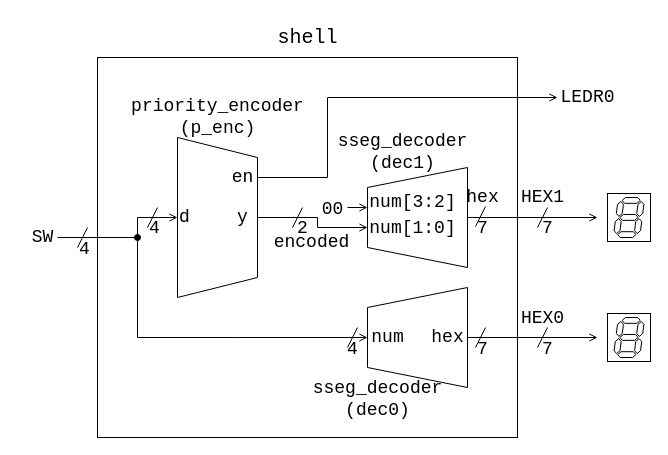
Earlier version of the draw.io diagram src/assets/chap04_penc_hex.drawio (rikitoro/GE4_EmbeddedSystemsIII_2025). Source tidied: cells renumbered, new cells numbered last; positions are measured from the earlier drawing's top-left corner, leaving out a move shared by most shapes. Both pictures are drawn from the tidied source at 100%, with x=0, y=0 at pixel (17, 17).
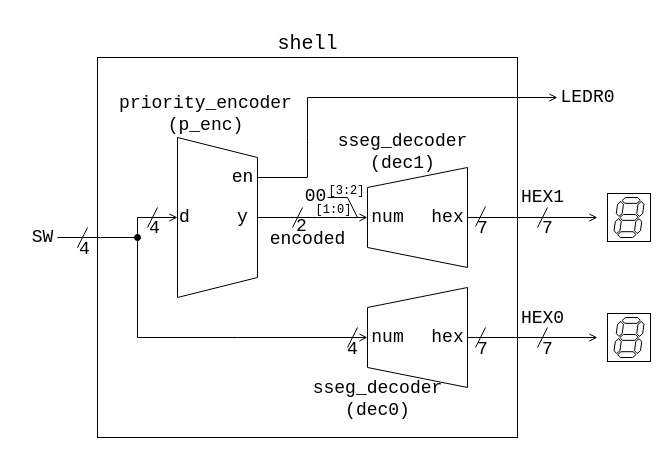
The same page after the edit.

Commit message (it also covers changes not shown here):
chap04 更新, mdbook-admonishを追加

The change refers to these unchanged cells:
```xml
<mxCell id="5" style="shape=trapezoid;perimeter=trapezoidPerimeter;whiteSpace=wrap;html=1;fixedSize=1;rotation=90;" parent="1" vertex="1">
  <mxGeometry x="120" y="160" width="160" height="80" as="geometry" />
</mxCell>
<mxCell id="7" style="shape=trapezoid;perimeter=trapezoidPerimeter;whiteSpace=wrap;html=1;fixedSize=1;rotation=-90;" parent="1" vertex="1">
  <mxGeometry x="350" y="150" width="100" height="100" as="geometry" />
</mxCell>
```

What changed in the source:
```diff
@@
-    <mxCell id="3" style="edgeStyle=none;shape=connector;rounded=0;html=1;exitX=0.5;exitY=0;exitDx=0;exitDy=0;strokeColor=default;align=center;verticalAlign=middle;fontFamily=Helvetica;fontSize=11;fontColor=default;labelBackgroundColor=default;startArrow=none;startFill=0;endArrow=open;endFill=0;curved=0;" parent="1" edge="1" source="5">
+    <mxCell id="3" style="edgeStyle=none;shape=connector;rounded=0;html=1;exitX=0.5;exitY=0;exitDx=0;exitDy=0;strokeColor=default;align=center;verticalAlign=middle;fontFamily=Helvetica;fontSize=11;fontColor=default;labelBackgroundColor=default;startArrow=none;startFill=0;endArrow=open;endFill=0;curved=0;entryX=0.5;entryY=0;entryDx=0;entryDy=0;" parent="1" edge="1" source="5" target="7">
       <mxGeometry relative="1" as="geometry">
-        <mxPoint x="350" y="210" as="targetPoint" />
         <Array as="points">
           <mxPoint x="300" y="200" />
-          <mxPoint x="300" y="210" />
+          <mxPoint x="320" y="200" />
         </Array>
       </mxGeometry>
     </mxCell>
     <mxCell id="4" style="edgeStyle=none;shape=connector;rounded=0;html=1;exitX=0.25;exitY=0;exitDx=0;exitDy=0;strokeColor=default;align=center;verticalAlign=middle;fontFamily=Helvetica;fontSize=11;fontColor=default;labelBackgroundColor=default;startArrow=none;startFill=0;endArrow=open;endFill=0;curved=0;" parent="1" edge="1" source="5">
       <mxGeometry relative="1" as="geometry">
         <mxPoint x="540" y="80" as="targetPoint" />
         <Array as="points">
-          <mxPoint x="310" y="160" />
-          <mxPoint x="310" y="80" />
+          <mxPoint x="290" y="160" />
+          <mxPoint x="290" y="120" />
+          <mxPoint x="290" y="80" />
         </Array>
       </mxGeometry>
     </mxCell>
@@
     <mxCell id="11" value="shell" style="text;html=1;align=center;verticalAlign=middle;strokeColor=none;fillColor=none;fontFamily=Courier New;fontSize=20;fontColor=default;labelBackgroundColor=none;" parent="1" vertex="1">
-      <mxGeometry x="250" width="80" height="40" as="geometry" />
+      <mxGeometry x="250" y="6" width="80" height="40" as="geometry" />
     </mxCell>
     <mxCell id="12" value="priority_&lt;span style=&quot;color: rgb(0, 0, 0);&quot;&gt;encoder&lt;/span&gt;&lt;div&gt;(p_enc)&lt;/div&gt;" style="text;html=1;align=center;verticalAlign=middle;strokeColor=none;fillColor=none;fontFamily=Courier New;fontSize=18;fontColor=default;labelBackgroundColor=none;" parent="1" vertex="1">
-      <mxGeometry x="100" y="70" width="200" height="60" as="geometry" />
+      <mxGeometry x="88" y="67" width="200" height="60" as="geometry" />
     </mxCell>
@@
     <mxCell id="22" value="&lt;span style=&quot;color: rgb(0, 0, 0);&quot;&gt;2&lt;/span&gt;" style="text;html=1;align=center;verticalAlign=middle;strokeColor=none;fillColor=none;fontFamily=Courier New;fontSize=18;fontColor=default;labelBackgroundColor=none;" parent="1" vertex="1">
-      <mxGeometry x="270" y="191" width="30" height="40" as="geometry" />
+      <mxGeometry x="269" y="189" width="30" height="40" as="geometry" />
     </mxCell>
@@
-    <mxCell id="31" style="endArrow=open;html=1;rounded=0;strokeColor=default;align=center;verticalAlign=middle;fontFamily=Helvetica;fontSize=11;fontColor=default;labelBackgroundColor=default;edgeStyle=none;endFill=0;curved=0;" parent="1" edge="1">
+    <mxCell id="31" style="endArrow=none;html=1;rounded=0;strokeColor=default;align=center;verticalAlign=middle;fontFamily=Helvetica;fontSize=11;fontColor=default;labelBackgroundColor=default;edgeStyle=none;endFill=0;curved=0;" parent="1" edge="1">
       <mxGeometry relative="1" as="geometry">
-        <mxPoint x="330" y="190" as="sourcePoint" />
-        <mxPoint x="350" y="190" as="targetPoint" />
+        <mxPoint x="310" y="180" as="sourcePoint" />
+        <mxPoint x="340" y="200" as="targetPoint" />
+        <Array as="points">
+          <mxPoint x="330" y="180" />
+        </Array>
       </mxGeometry>
     </mxCell>
     <mxCell id="32" value="&lt;span style=&quot;color: rgb(0, 0, 0);&quot;&gt;00&lt;/span&gt;" style="text;html=1;align=center;verticalAlign=middle;strokeColor=none;fillColor=none;fontFamily=Courier New;fontSize=18;fontColor=default;labelBackgroundColor=none;" parent="1" vertex="1">
-      <mxGeometry x="290" y="172" width="50" height="40" as="geometry" />
+      <mxGeometry x="273" y="159" width="50" height="40" as="geometry" />
     </mxCell>
-    <mxCell id="33" value="num[3:2]" style="text;html=1;align=center;verticalAlign=middle;strokeColor=none;fillColor=none;fontFamily=Courier New;fontSize=18;fontColor=default;labelBackgroundColor=none;" parent="1" vertex="1">
-      <mxGeometry x="340" y="165" width="110" height="40" as="geometry" />
-    </mxCell>
-    <mxCell id="34" value="num[1:0]" style="text;html=1;align=center;verticalAlign=middle;strokeColor=none;fillColor=none;fontFamily=Courier New;fontSize=18;fontColor=default;labelBackgroundColor=none;" parent="1" vertex="1">
-      <mxGeometry x="340" y="191" width="110" height="40" as="geometry" />
+    <mxCell id="34" value="num" style="text;html=1;align=center;verticalAlign=middle;strokeColor=none;fillColor=none;fontFamily=Courier New;fontSize=18;fontColor=default;labelBackgroundColor=none;" parent="1" vertex="1">
+      <mxGeometry x="340" y="180" width="60" height="40" as="geometry" />
     </mxCell>
@@
     <mxCell id="45" value="encoded" style="text;html=1;align=center;verticalAlign=middle;strokeColor=none;fillColor=none;fontFamily=Courier New;fontSize=18;fontColor=default;labelBackgroundColor=none;" parent="1" vertex="1">
-      <mxGeometry x="244" y="205" width="100" height="40" as="geometry" />
+      <mxGeometry x="240" y="202" width="100" height="40" as="geometry" />
     </mxCell>
@@
     <mxCell id="50" value="hex" style="text;html=1;align=center;verticalAlign=middle;strokeColor=none;fillColor=none;fontFamily=Courier New;fontSize=18;fontColor=default;labelBackgroundColor=none;" parent="1" vertex="1">
-      <mxGeometry x="435" y="160" width="60" height="40" as="geometry" />
+      <mxGeometry x="400" y="180" width="60" height="40" as="geometry" />
     </mxCell>
@@
+    <mxCell id="53" value="[3:2]" style="text;html=1;align=center;verticalAlign=middle;strokeColor=none;fillColor=none;fontFamily=Courier New;fontSize=12;fontColor=default;labelBackgroundColor=none;" parent="1" vertex="1">
+      <mxGeometry x="299" y="159" width="60" height="30" as="geometry" />
+    </mxCell>
+    <mxCell id="54" value="[1:0]" style="text;html=1;align=center;verticalAlign=middle;strokeColor=none;fillColor=none;fontFamily=Courier New;fontSize=12;fontColor=default;labelBackgroundColor=none;" parent="1" vertex="1">
+      <mxGeometry x="286" y="178" width="60" height="30" as="geometry" />
+    </mxCell>
```
